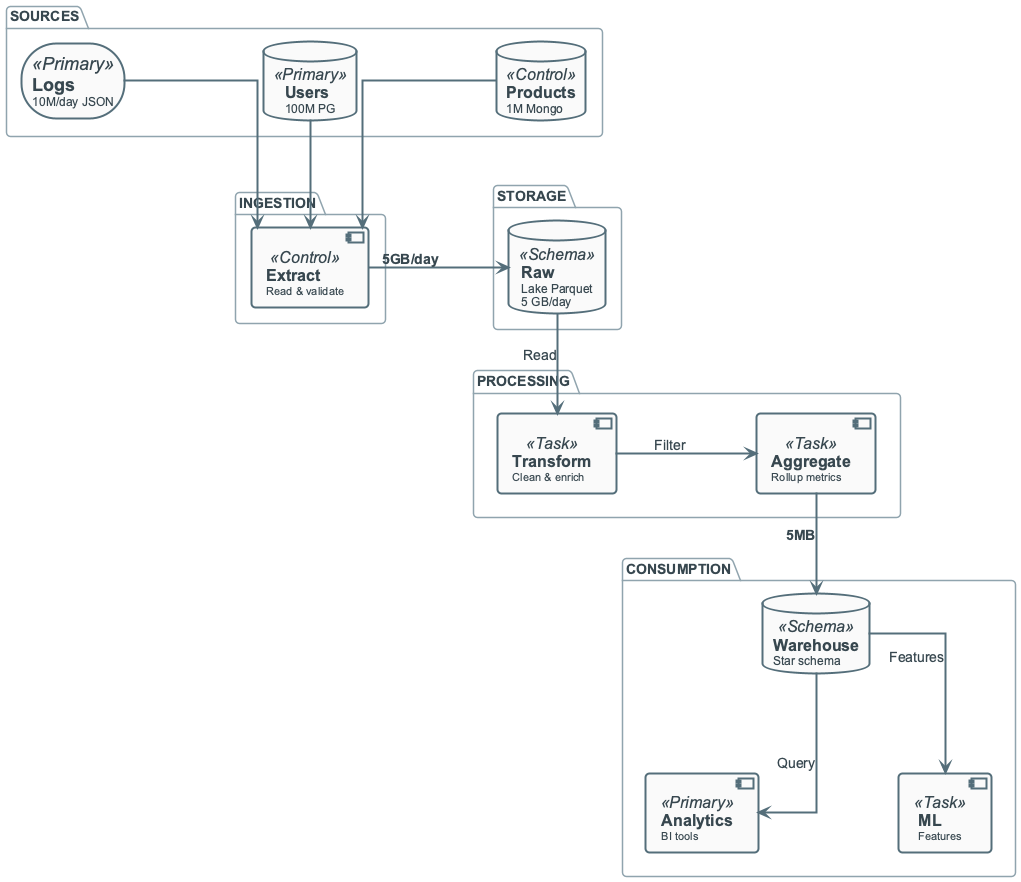
Above: diagrams/week01/week1_lecture_slide12_lifecycle.png in OrPerets/data-engineering-course (PlantUML), before the change.
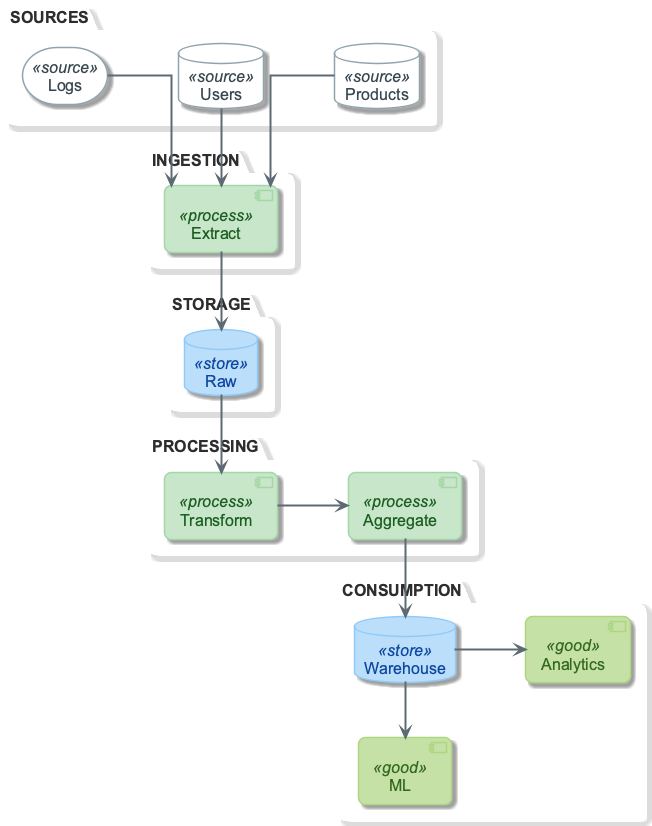
After the change.

What changed in the source:
```diff
@@ -1,47 +1,44 @@
 @startuml
 !include ../_template_styles.puml
+!include _week1_visual_style.puml
+
 top to bottom direction
+skinparam nodesep 70
+skinparam ranksep 55
 
-package "SOURCES" #FFFFFF {
-    storage "**Logs**\n<size:12>10M/day JSON</size>" as SOURCE1 <<Primary>>
-    database "**Users**\n<size:12>100M PG</size>" as SOURCE2 <<Primary>>
-    database "**Products**\n<size:12>1M Mongo</size>" as SOURCE3 <<Control>>
+package "SOURCES" {
+  storage "Logs" as SOURCE1 <<source>>
+  database "Users" as SOURCE2 <<source>>
+  database "Products" as SOURCE3 <<source>>
 }
 
-package "INGESTION" #FFFFFF {
-    component "**Extract**\n<size:11>Read & validate</size>" as INGEST <<Control>>
+package "INGESTION" {
+  component "Extract" as INGEST <<process>>
 }
 
-package "STORAGE" #FFFFFF {
-    database "**Raw**\n<size:12>Lake Parquet</size>\n<size:12>5 GB/day</size>" as RAW <<Schema>>
+package "STORAGE" {
+  database "Raw" as RAW <<store>>
 }
 
-package "PROCESSING" #FFFFFF {
-    together {
-        component "**Transform**\n<size:11>Clean & enrich</size>" as TRANSFORM <<Task>>
-        component "**Aggregate**\n<size:11>Rollup metrics</size>" as AGGREGATE <<Task>>
-    }
+package "PROCESSING" {
+  component "Transform" as TRANSFORM <<process>>
+  component "Aggregate" as AGGREGATE <<process>>
 }
 
-package "CONSUMPTION" #FFFFFF {
-    database "**Warehouse**\n<size:12>Star schema</size>" as WAREHOUSE <<Schema>>
-    together {
-        component "**Analytics**\n<size:11>BI tools</size>" as DASHBOARD <<Primary>>
-        component "**ML**\n<size:11>Features</size>" as ML <<Task>>
-    }
+package "CONSUMPTION" {
+  database "Warehouse" as WAREHOUSE <<store>>
+  component "Analytics" as DASHBOARD <<good>>
+  component "ML" as ML <<good>>
 }
 
 SOURCE1 -down-> INGEST
 SOURCE2 -down-> INGEST
 SOURCE3 -down-> INGEST
-
-INGEST -right-> RAW : **5GB/day**
-
-RAW -down-> TRANSFORM : Read
-TRANSFORM -right-> AGGREGATE : Filter
-AGGREGATE -down-> WAREHOUSE : **5MB**
-
-WAREHOUSE -right-> DASHBOARD : Query
-WAREHOUSE -down-> ML : Features
+INGEST -down-> RAW
+RAW -down-> TRANSFORM
+TRANSFORM -right-> AGGREGATE
+AGGREGATE -down-> WAREHOUSE
+WAREHOUSE -right-> DASHBOARD
+WAREHOUSE -down-> ML
 
 @enduml
```
